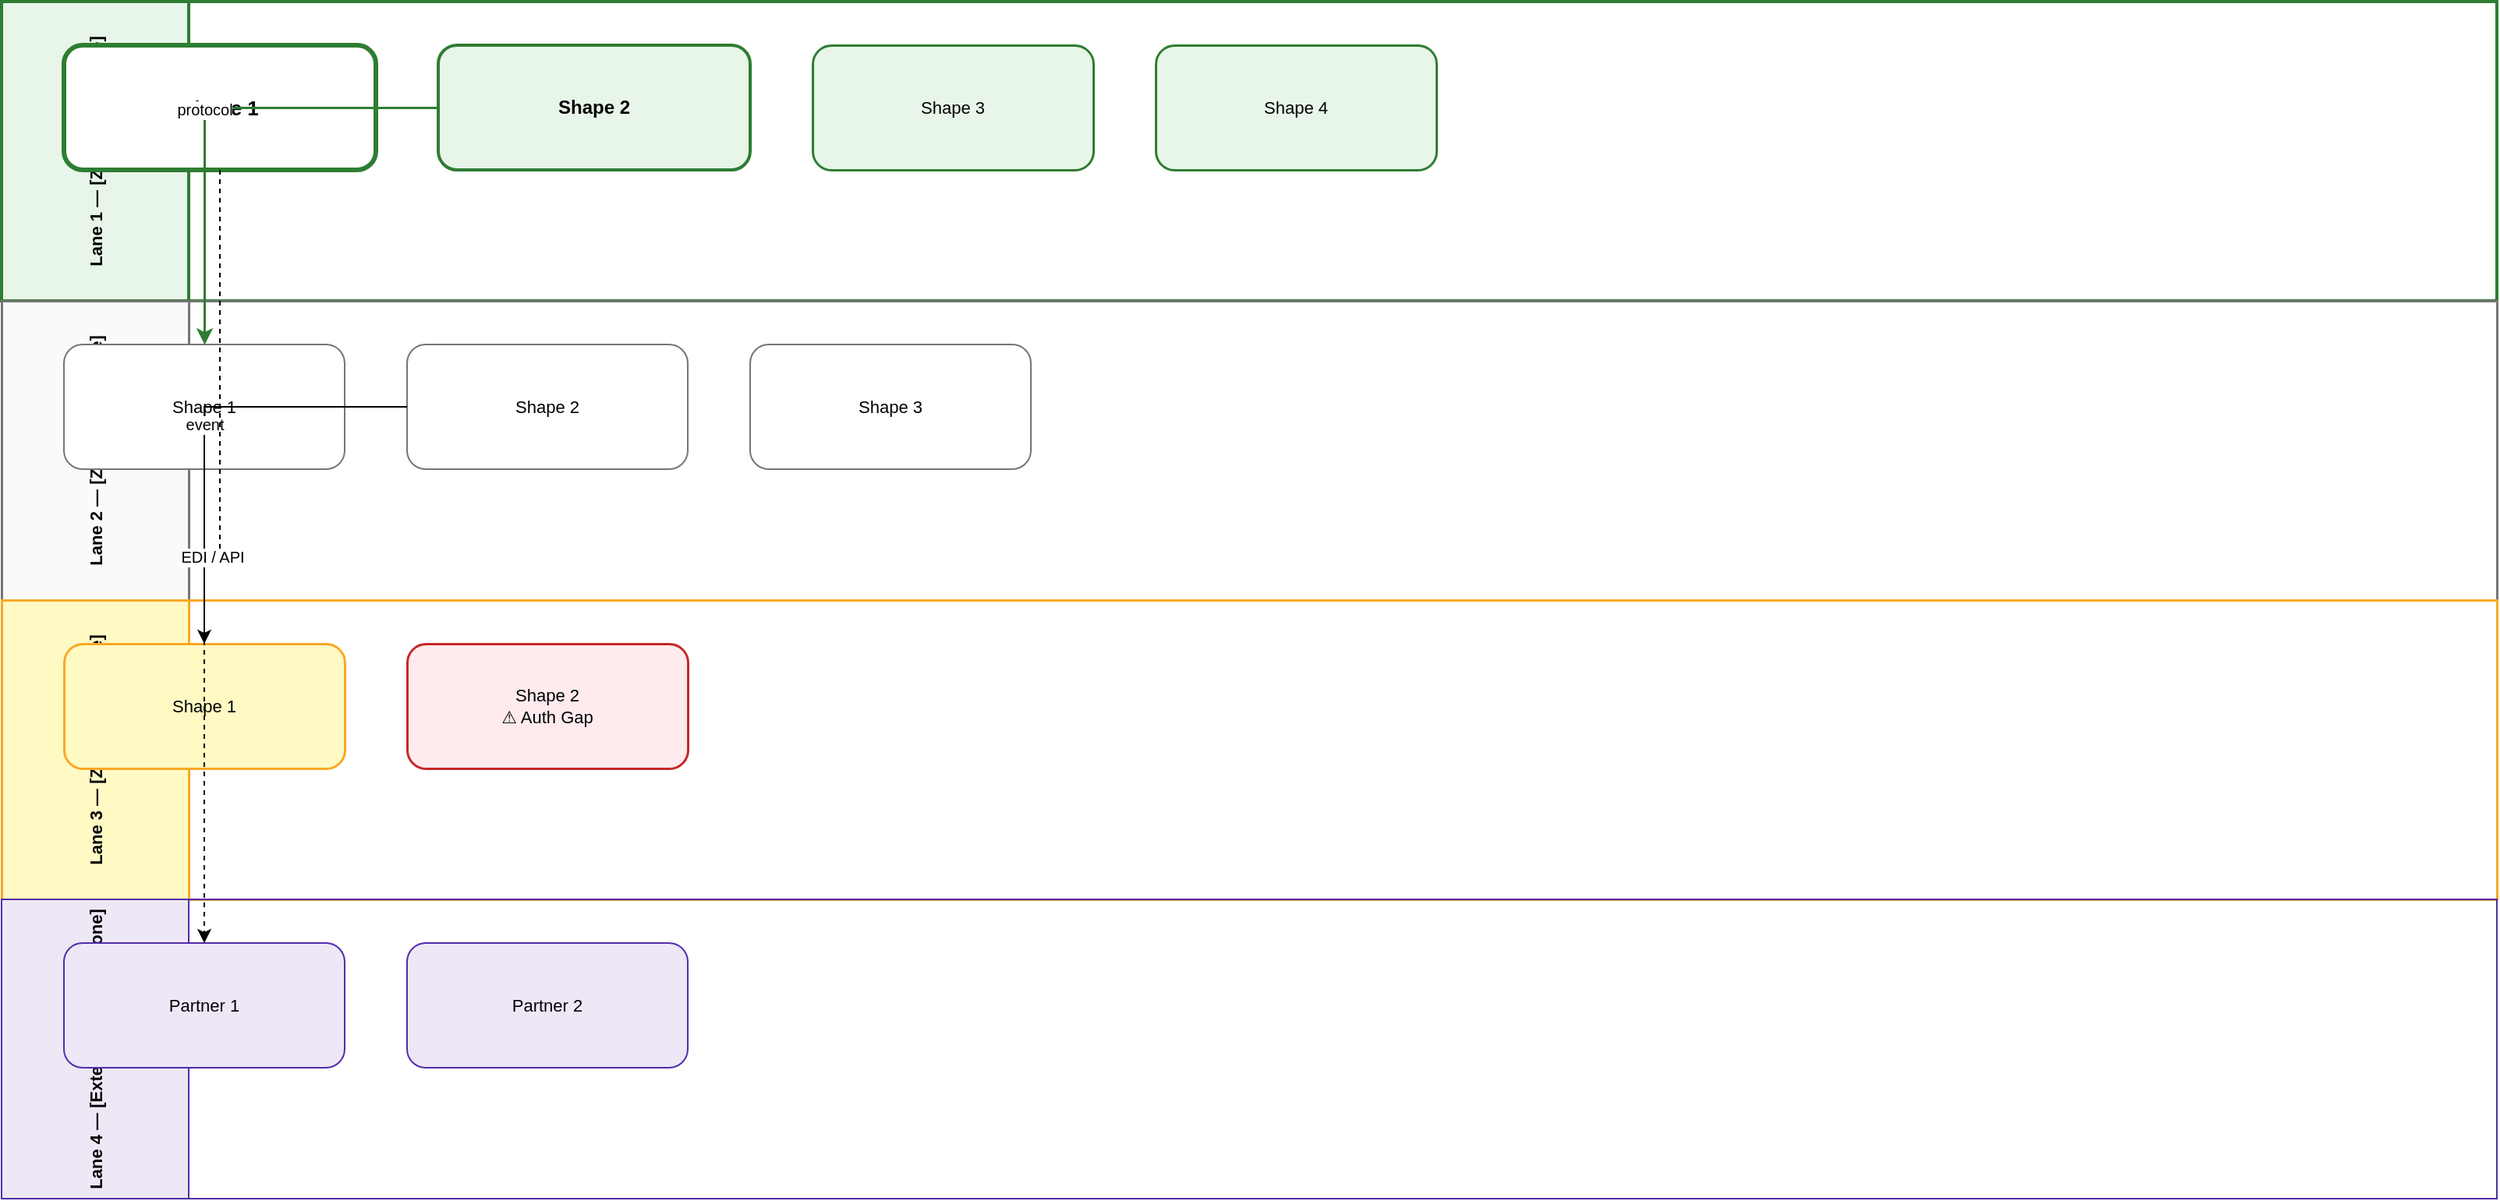
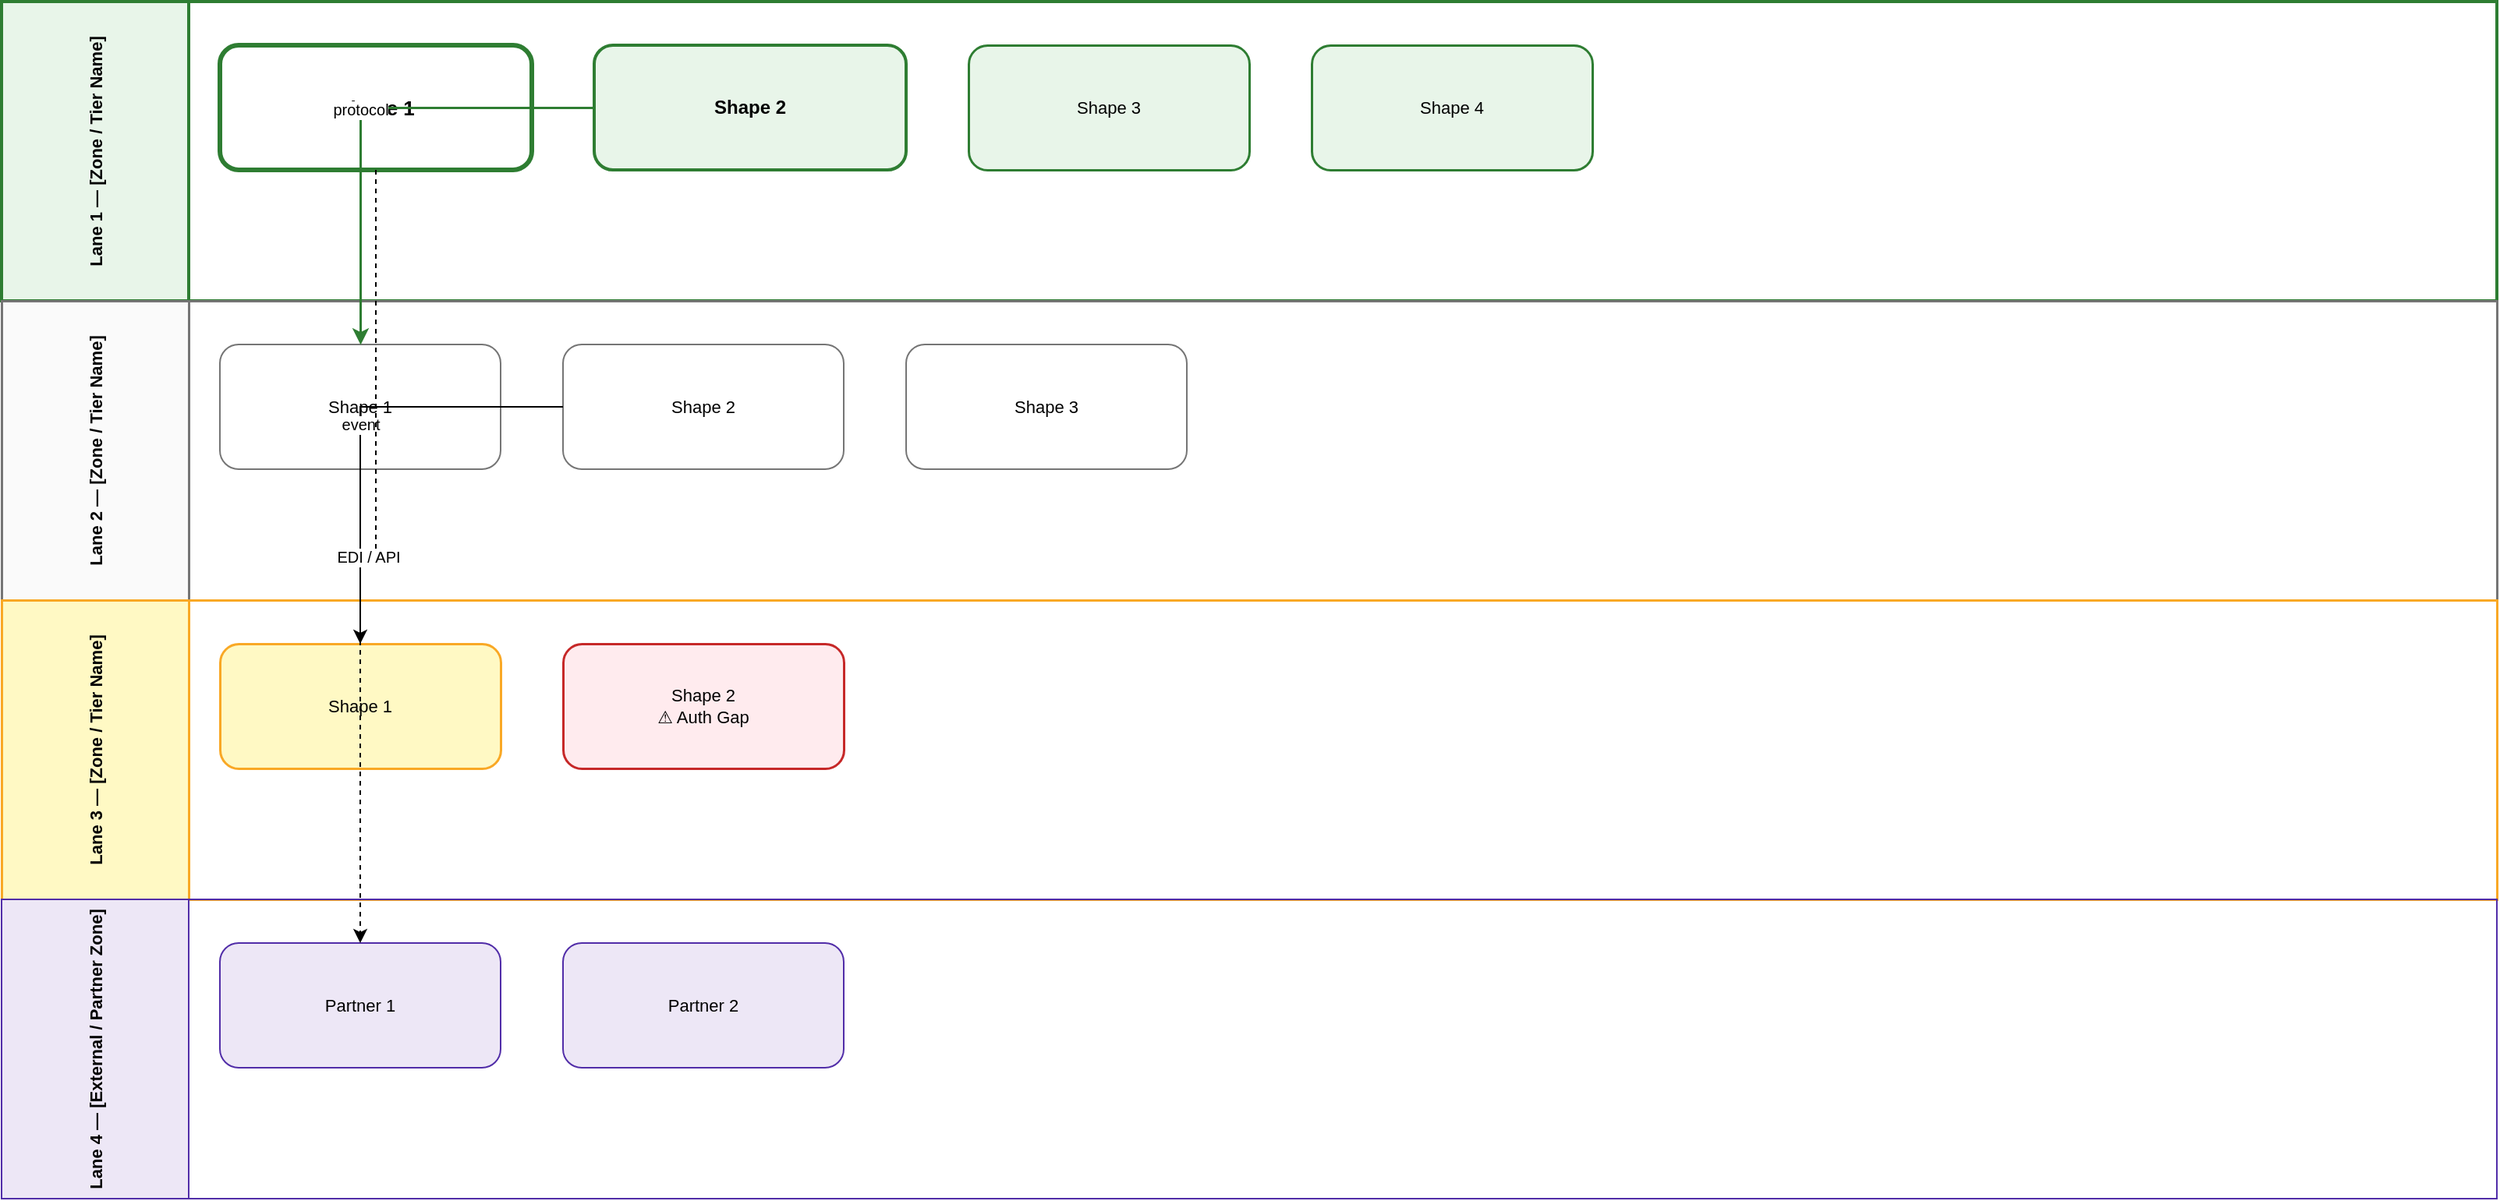
<mxfile host="app.diagrams.net" type="device" version="24.0.0">
  <diagram name="TEMPLATE — Horizontal Swimlanes" id="tpl-swim">
    <mxGraphModel dx="1600" dy="1040" grid="1" gridSize="24" guides="1" tooltips="1" connect="1" arrows="1" fold="1" page="1" pageScale="1" pageWidth="1600" pageHeight="1040" math="0" shadow="0">
      <root>
        <mxCell id="0"/>
        <mxCell id="1" parent="0"/>

        <mxCell id="lane1" value="Lane 1 — [Zone / Tier Name]" style="swimlane;startSize=120;horizontal=0;fillColor=#E8F5E9;strokeColor=#2E7D32;strokeWidth=2;fontSize=11;fontStyle=1;" vertex="1" parent="1">
          <mxGeometry x="0" y="0" width="1600" height="192" as="geometry"/>
        </mxCell>
        <mxCell id="l1s1" value="Shape 1" style="rounded=1;whiteSpace=wrap;html=1;fillColor=#FFFFFF;strokeColor=#2E7D32;strokeWidth=3;fontSize=13;fontStyle=1;" vertex="1" parent="lane1">
-           <mxGeometry x="40" y="28" width="200" height="80" as="geometry"/>
+           <mxGeometry x="140" y="28" width="200" height="80" as="geometry"/>
        </mxCell>
        <mxCell id="l1s2" value="Shape 2" style="rounded=1;whiteSpace=wrap;html=1;fillColor=#E8F5E9;strokeColor=#2E7D32;strokeWidth=2;fontSize=12;fontStyle=1;" vertex="1" parent="lane1">
-           <mxGeometry x="280" y="28" width="200" height="80" as="geometry"/>
+           <mxGeometry x="380" y="28" width="200" height="80" as="geometry"/>
        </mxCell>
        <mxCell id="l1s3" value="Shape 3" style="rounded=1;whiteSpace=wrap;html=1;fillColor=#E8F5E9;strokeColor=#2E7D32;strokeWidth=1.5;fontSize=11;" vertex="1" parent="lane1">
-           <mxGeometry x="520" y="28" width="180" height="80" as="geometry"/>
+           <mxGeometry x="620" y="28" width="180" height="80" as="geometry"/>
        </mxCell>
        <mxCell id="l1s4" value="Shape 4" style="rounded=1;whiteSpace=wrap;html=1;fillColor=#E8F5E9;strokeColor=#2E7D32;strokeWidth=1.5;fontSize=11;" vertex="1" parent="lane1">
-           <mxGeometry x="740" y="28" width="180" height="80" as="geometry"/>
+           <mxGeometry x="840" y="28" width="180" height="80" as="geometry"/>
        </mxCell>

        <mxCell id="lane2" value="Lane 2 — [Zone / Tier Name]" style="swimlane;startSize=120;horizontal=0;fillColor=#FAFAFA;strokeColor=#757575;strokeWidth=1.5;fontSize=11;fontStyle=1;" vertex="1" parent="1">
          <mxGeometry x="0" y="192" width="1600" height="192" as="geometry"/>
        </mxCell>
        <mxCell id="l2s1" value="Shape 1" style="rounded=1;whiteSpace=wrap;html=1;fillColor=#FFFFFF;strokeColor=#757575;strokeWidth=1;fontSize=11;" vertex="1" parent="lane2">
-           <mxGeometry x="40" y="28" width="180" height="80" as="geometry"/>
+           <mxGeometry x="140" y="28" width="180" height="80" as="geometry"/>
        </mxCell>
        <mxCell id="l2s2" value="Shape 2" style="rounded=1;whiteSpace=wrap;html=1;fillColor=#FFFFFF;strokeColor=#757575;strokeWidth=1;fontSize=11;" vertex="1" parent="lane2">
-           <mxGeometry x="260" y="28" width="180" height="80" as="geometry"/>
+           <mxGeometry x="360" y="28" width="180" height="80" as="geometry"/>
        </mxCell>
        <mxCell id="l2s3" value="Shape 3" style="rounded=1;whiteSpace=wrap;html=1;fillColor=#FFFFFF;strokeColor=#757575;strokeWidth=1;fontSize=11;" vertex="1" parent="lane2">
-           <mxGeometry x="480" y="28" width="180" height="80" as="geometry"/>
+           <mxGeometry x="580" y="28" width="180" height="80" as="geometry"/>
        </mxCell>

        <mxCell id="lane3" value="Lane 3 — [Zone / Tier Name]" style="swimlane;startSize=120;horizontal=0;fillColor=#FFF9C4;strokeColor=#F9A825;strokeWidth=1.5;fontSize=11;fontStyle=1;" vertex="1" parent="1">
          <mxGeometry x="0" y="384" width="1600" height="192" as="geometry"/>
        </mxCell>
        <mxCell id="l3s1" value="Shape 1" style="rounded=1;whiteSpace=wrap;html=1;fillColor=#FFF9C4;strokeColor=#F9A825;strokeWidth=1.5;fontSize=11;" vertex="1" parent="lane3">
-           <mxGeometry x="40" y="28" width="180" height="80" as="geometry"/>
+           <mxGeometry x="140" y="28" width="180" height="80" as="geometry"/>
        </mxCell>
        <mxCell id="l3s2" value="Shape 2&#xa;⚠ Auth Gap" style="rounded=1;whiteSpace=wrap;html=1;fillColor=#FFEBEE;strokeColor=#C62828;strokeWidth=1.5;fontSize=11;" vertex="1" parent="lane3">
-           <mxGeometry x="260" y="28" width="180" height="80" as="geometry"/>
+           <mxGeometry x="360" y="28" width="180" height="80" as="geometry"/>
        </mxCell>

        <mxCell id="lane4" value="Lane 4 — [External / Partner Zone]" style="swimlane;startSize=120;horizontal=0;fillColor=#EDE7F6;strokeColor=#512DA8;strokeWidth=1;fontSize=11;fontStyle=1;" vertex="1" parent="1">
          <mxGeometry x="0" y="576" width="1600" height="192" as="geometry"/>
        </mxCell>
        <mxCell id="l4s1" value="Partner 1" style="rounded=1;whiteSpace=wrap;html=1;fillColor=#EDE7F6;strokeColor=#512DA8;strokeWidth=1;fontSize=11;" vertex="1" parent="lane4">
-           <mxGeometry x="40" y="28" width="180" height="80" as="geometry"/>
+           <mxGeometry x="140" y="28" width="180" height="80" as="geometry"/>
        </mxCell>
        <mxCell id="l4s2" value="Partner 2" style="rounded=1;whiteSpace=wrap;html=1;fillColor=#EDE7F6;strokeColor=#512DA8;strokeWidth=1;fontSize=11;" vertex="1" parent="lane4">
-           <mxGeometry x="260" y="28" width="180" height="80" as="geometry"/>
+           <mxGeometry x="360" y="28" width="180" height="80" as="geometry"/>
        </mxCell>

        <mxCell id="e_l1_l2" value="protocol" style="edgeStyle=orthogonalEdgeStyle;rounded=0;orthogonalLoop=1;jettySize=auto;html=1;fontSize=10;strokeColor=#2E7D32;strokeWidth=1.5;" edge="1" source="l1s2" target="l2s1" parent="1">
          <mxGeometry relative="1" as="geometry"/>
        </mxCell>
        <mxCell id="e_l2_l3" value="event" style="edgeStyle=orthogonalEdgeStyle;rounded=0;orthogonalLoop=1;jettySize=auto;html=1;fontSize=10;" edge="1" source="l2s2" target="l3s1" parent="1">
          <mxGeometry relative="1" as="geometry"/>
        </mxCell>
        <mxCell id="e_l1_l4" value="EDI / API" style="edgeStyle=orthogonalEdgeStyle;rounded=0;orthogonalLoop=1;jettySize=auto;html=1;fontSize=10;dashed=1;" edge="1" source="l1s1" target="l4s1" parent="1">
          <mxGeometry relative="1" as="geometry"/>
        </mxCell>

      </root>
    </mxGraphModel>
  </diagram>
</mxfile>
